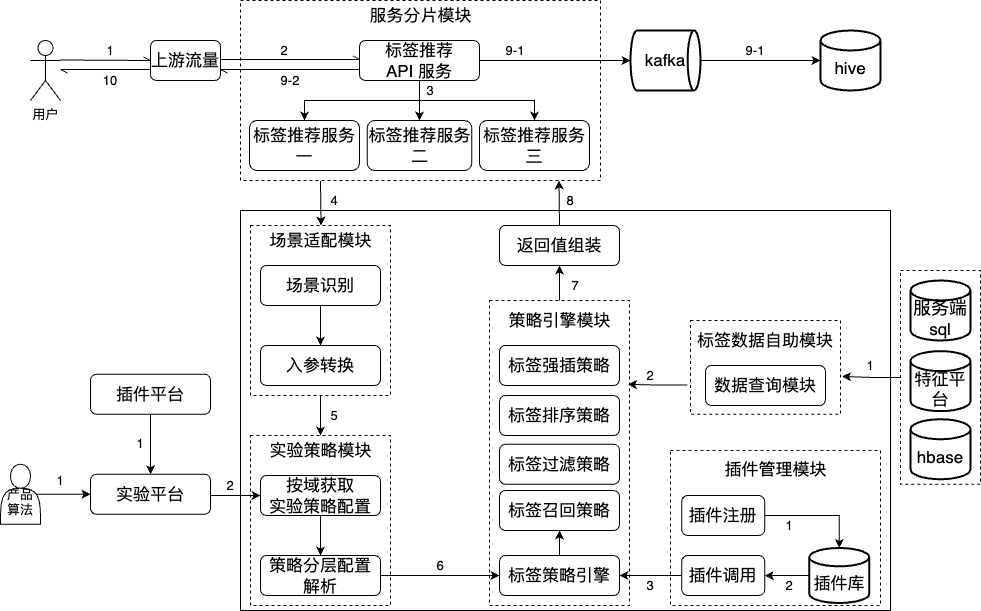
The draw.io diagram work-draw-file/标签平台数据链路图.png in liujunao/draw-data, before a commit. Source tidied: cells renumbered, new cells last; positions are measured from the earlier drawing's top-left corner, leaving out a move shared by most shapes.
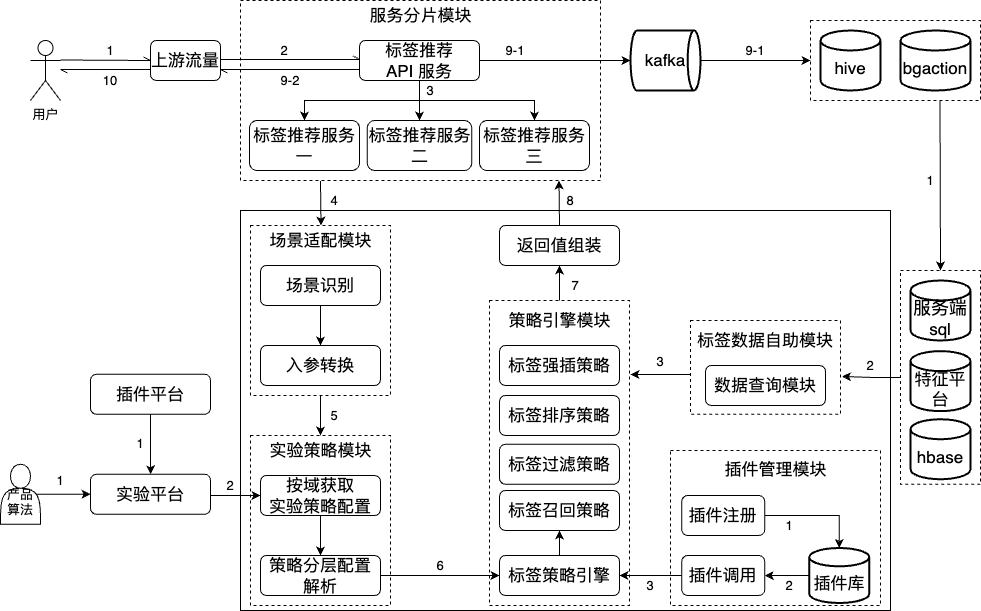
The same file after the commit.

Commit message:
更新标签平台数据链路图.png

Diff of the diagram source:
```diff
@@ -2,6 +2,9 @@
   <root>
     <mxCell id="0" />
     <mxCell id="1" parent="0" />
+    <mxCell id="89" style="rounded=0;whiteSpace=wrap;html=1;dashed=1;" parent="1" vertex="1">
+      <mxGeometry x="810" y="20" width="170" height="80" as="geometry" />
+    </mxCell>
     <mxCell id="2" style="rounded=0;whiteSpace=wrap;html=1;" parent="1" vertex="1">
       <mxGeometry x="240" y="210" width="650" height="400" as="geometry" />
     </mxCell>
@@ -145,9 +148,9 @@
         <mxPoint x="220" y="69" as="targetPoint" />
       </mxGeometry>
     </mxCell>
-    <mxCell id="41" style="edgeStyle=orthogonalEdgeStyle;rounded=0;jettySize=auto;html=1;exitX=1;exitY=0.5;exitDx=0;exitDy=0;exitPerimeter=0;" parent="1" edge="1" source="42" target="43">
-      <mxGeometry relative="1" as="geometry" />
-    </mxCell>
+    <mxCell id="90" style="edgeStyle=orthogonalEdgeStyle;rounded=0;jettySize=auto;html=1;exitX=1;exitY=0.5;exitDx=0;exitDy=0;exitPerimeter=0;entryX=0;entryY=0.5;entryDx=0;entryDy=0;" parent="1" edge="1" source="42" target="89">
+      <mxGeometry relative="1" as="geometry" />
+    </mxCell>
     <mxCell id="42" value="&lt;font size=&quot;3&quot;&gt;kafka&lt;/font&gt;" style="strokeWidth=2;html=1;shape=mxgraph.flowchart.direct_data;whiteSpace=wrap;" parent="1" vertex="1">
       <mxGeometry x="630" y="30" width="70" height="60" as="geometry" />
     </mxCell>
@@ -212,7 +215,7 @@
       <mxGeometry x="910" y="418.8" width="60" height="60" as="geometry" />
     </mxCell>
     <mxCell id="63" value="1" style="text;html=1;strokeColor=none;fillColor=none;align=center;verticalAlign=middle;whiteSpace=wrap;rounded=0;" parent="1" vertex="1">
-      <mxGeometry x="860" y="355" width="20" height="20" as="geometry" />
+      <mxGeometry x="920" y="170" width="20" height="20" as="geometry" />
     </mxCell>
     <mxCell id="64" value="&lt;font size=&quot;3&quot;&gt;标签推荐服务一&lt;br&gt;&lt;/font&gt;" style="rounded=1;whiteSpace=wrap;html=1;" parent="1" vertex="1">
       <mxGeometry x="249" y="120" width="110" height="50" as="geometry" />
@@ -269,7 +272,7 @@
       <mxGeometry x="640" y="575" width="20" height="20" as="geometry" />
     </mxCell>
     <mxCell id="82" value="2" style="text;html=1;strokeColor=none;fillColor=none;align=center;verticalAlign=middle;whiteSpace=wrap;rounded=0;" parent="1" vertex="1">
-      <mxGeometry x="640" y="365" width="20" height="20" as="geometry" />
+      <mxGeometry x="860" y="355" width="20" height="20" as="geometry" />
     </mxCell>
     <mxCell id="83" style="endArrow=classic;html=1;rounded=0;entryX=0.362;entryY=-0.017;entryDx=0;entryDy=0;entryPerimeter=0;" parent="1" edge="1">
       <mxGeometry relative="1" as="geometry">
@@ -285,14 +288,28 @@
     <mxCell id="85" style="edgeStyle=orthogonalEdgeStyle;rounded=0;jettySize=auto;html=1;exitX=1;exitY=0.5;exitDx=0;exitDy=0;entryX=0.5;entryY=0;entryDx=0;entryDy=0;entryPerimeter=0;" parent="1" edge="1" source="79" target="73">
       <mxGeometry relative="1" as="geometry" />
     </mxCell>
-    <mxCell id="86" style="edgeStyle=orthogonalEdgeStyle;rounded=0;jettySize=auto;html=1;exitX=-0.022;exitY=0.689;exitDx=0;exitDy=0;entryX=0.989;entryY=0.275;entryDx=0;entryDy=0;entryPerimeter=0;exitPerimeter=0;" parent="1" edge="1" source="7" target="3">
-      <mxGeometry relative="1" as="geometry" />
-    </mxCell>
     <mxCell id="87" value="&lt;font size=&quot;3&quot;&gt;数据查询模块&lt;/font&gt;" style="rounded=1;whiteSpace=wrap;html=1;" parent="1" vertex="1">
       <mxGeometry x="705" y="365" width="120" height="40" as="geometry" />
     </mxCell>
     <mxCell id="88" style="edgeStyle=orthogonalEdgeStyle;rounded=0;jettySize=auto;html=1;exitX=0;exitY=0.5;exitDx=0;exitDy=0;entryX=1.01;entryY=0.597;entryDx=0;entryDy=0;entryPerimeter=0;" parent="1" edge="1" source="6" target="7">
       <mxGeometry relative="1" as="geometry" />
     </mxCell>
+    <mxCell id="91" value="&lt;br&gt;&lt;font size=&quot;3&quot;&gt;bgaction&lt;/font&gt;" style="strokeWidth=2;html=1;shape=mxgraph.flowchart.database;whiteSpace=wrap;" parent="1" vertex="1">
+      <mxGeometry x="900" y="30" width="70" height="60" as="geometry" />
+    </mxCell>
+    <mxCell id="92" style="endArrow=classic;html=1;rounded=0;entryX=0.5;entryY=0;entryDx=0;entryDy=0;" parent="1" edge="1" target="6">
+      <mxGeometry relative="1" as="geometry">
+        <mxPoint x="939.5" y="100" as="sourcePoint" />
+      </mxGeometry>
+    </mxCell>
+    <mxCell id="93" value="3" style="text;html=1;strokeColor=none;fillColor=none;align=center;verticalAlign=middle;whiteSpace=wrap;rounded=0;" parent="1" vertex="1">
+      <mxGeometry x="650" y="350.6" width="20" height="20" as="geometry" />
+    </mxCell>
+    <mxCell id="94" style="endArrow=classic;html=1;rounded=0;" parent="1" edge="1">
+      <mxGeometry relative="1" as="geometry">
+        <mxPoint x="690" y="374" as="sourcePoint" />
+        <mxPoint x="630" y="374" as="targetPoint" />
+      </mxGeometry>
+    </mxCell>
   </root>
 </mxGraphModel>
```
